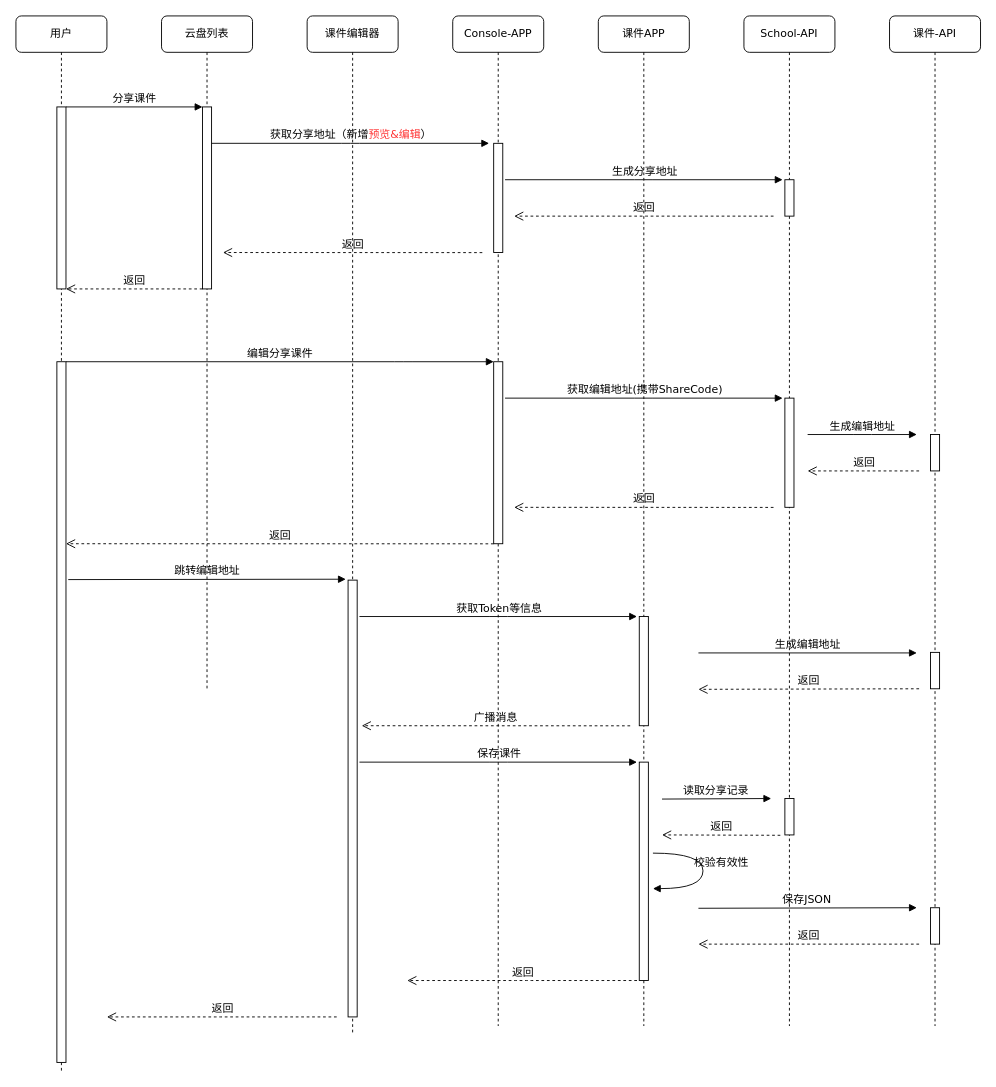
Earlier version of the draw.io diagram saas-share.drawio (huanjiesm/saas-draw). Source tidied: cells renumbered, new cells numbered last; positions are measured from the earlier drawing's top-left corner, leaving out a move shared by most shapes. Both pictures are drawn from the tidied source at 91%, with x=0, y=0 at pixel (15, 15).
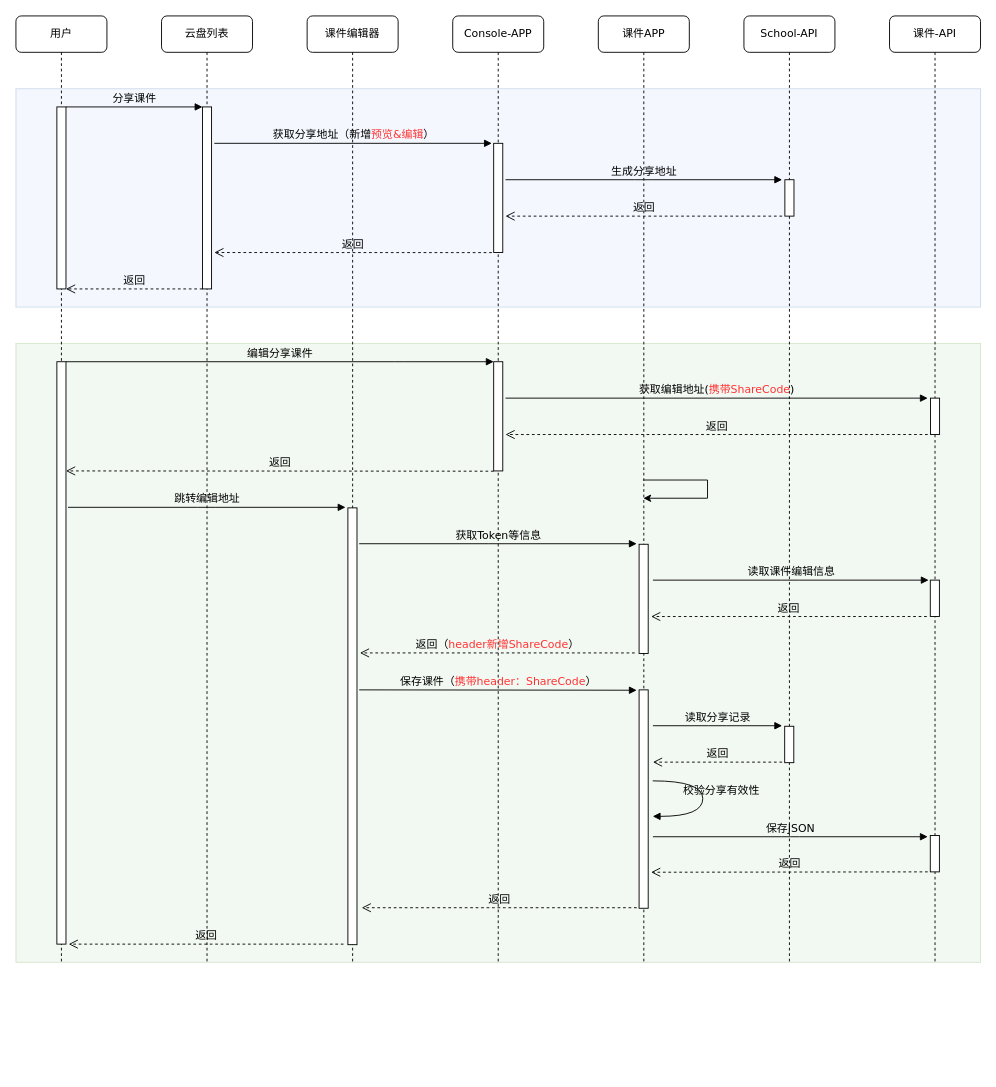
After the change.

The edit, as a diff of the source:
```diff
@@
+    <mxCell id="48" style="rounded=0;whiteSpace=wrap;html=1;fillColor=#dae8fc;strokeColor=#6c8ebf;opacity=30;" parent="1" vertex="1">
+      <mxGeometry y="80" width="1060" height="240" as="geometry" />
+    </mxCell>
+    <mxCell id="49" style="rounded=0;whiteSpace=wrap;html=1;fillColor=#d5e8d4;strokeColor=#82b366;opacity=30;" parent="1" vertex="1">
+      <mxGeometry y="360" width="1060" height="680" as="geometry" />
+    </mxCell>
     <mxCell id="2" value="Console-APP" style="shape=umlLifeline;perimeter=lifelinePerimeter;whiteSpace=wrap;html=1;rounded=1;shadow=0;comic=0;labelBackgroundColor=none;strokeWidth=1;fontFamily=Verdana;fontSize=12;align=center;" parent="1" vertex="1">
-      <mxGeometry x="480" width="100" height="1110" as="geometry" />
+      <mxGeometry x="480" width="100" height="1040" as="geometry" />
     </mxCell>
@@
     <mxCell id="4" style="html=1;perimeter=orthogonalPerimeter;rounded=0;shadow=0;comic=0;labelBackgroundColor=none;strokeWidth=1;fontFamily=Verdana;fontSize=12;align=center;" parent="2" vertex="1">
-      <mxGeometry x="45" y="380" width="10" height="200" as="geometry" />
+      <mxGeometry x="45" y="380" width="10" height="120" as="geometry" />
     </mxCell>
     <mxCell id="5" value="返回" style="html=1;verticalAlign=bottom;endArrow=open;dashed=1;endSize=8;labelBackgroundColor=none;fontFamily=Verdana;fontSize=12;edgeStyle=elbowEdgeStyle;elbow=vertical;" parent="2" edge="1">
       <mxGeometry relative="1" as="geometry">
-        <mxPoint x="202.5" y="1060" as="sourcePoint" />
-        <mxPoint x="-50" y="1060" as="targetPoint" />
+        <mxPoint x="202.2" y="980" as="sourcePoint" />
+        <mxPoint x="-100" y="980" as="targetPoint" />
       </mxGeometry>
     </mxCell>
     <mxCell id="6" value="云盘列表" style="shape=umlLifeline;perimeter=lifelinePerimeter;whiteSpace=wrap;html=1;rounded=1;shadow=0;comic=0;labelBackgroundColor=none;strokeWidth=1;fontFamily=Verdana;fontSize=12;align=center;" parent="1" vertex="1">
-      <mxGeometry x="160" width="100" height="740" as="geometry" />
+      <mxGeometry x="160" width="100" height="1040" as="geometry" />
     </mxCell>
@@
     <mxCell id="10" value="跳转编辑地址" style="html=1;verticalAlign=bottom;endArrow=block;labelBackgroundColor=none;fontFamily=Verdana;fontSize=12;edgeStyle=elbowEdgeStyle;elbow=vertical;rounded=1;strokeColor=default;align=center;fontColor=default;" parent="6" edge="1">
       <mxGeometry relative="1" as="geometry">
-        <mxPoint x="-102.5" y="619.4" as="sourcePoint" />
-        <mxPoint x="202.5" y="619.4" as="targetPoint" />
+        <mxPoint x="-102.8" y="540" as="sourcePoint" />
+        <mxPoint x="202.2" y="540" as="targetPoint" />
       </mxGeometry>
     </mxCell>
     <mxCell id="11" value="课件编辑器" style="shape=umlLifeline;perimeter=lifelinePerimeter;whiteSpace=wrap;html=1;rounded=1;shadow=0;comic=0;labelBackgroundColor=none;strokeWidth=1;fontFamily=Verdana;fontSize=12;align=center;" parent="1" vertex="1">
-      <mxGeometry x="320" width="100" height="1120" as="geometry" />
+      <mxGeometry x="320" width="100" height="1040" as="geometry" />
     </mxCell>
     <mxCell id="12" style="html=1;perimeter=orthogonalPerimeter;rounded=0;shadow=0;comic=0;labelBackgroundColor=none;strokeWidth=1;fontFamily=Verdana;fontSize=12;align=center;" parent="11" vertex="1">
-      <mxGeometry x="45" y="620" width="10" height="480" as="geometry" />
+      <mxGeometry x="44.8" y="540.6" width="10" height="480" as="geometry" />
     </mxCell>
+    <mxCell id="35" value="返回" style="html=1;verticalAlign=bottom;endArrow=open;dashed=1;endSize=8;labelBackgroundColor=none;fontFamily=Verdana;fontSize=12;edgeStyle=elbowEdgeStyle;elbow=vertical;" parent="11" edge="1">
+      <mxGeometry relative="1" as="geometry">
+        <mxPoint x="205" y="500.3" as="sourcePoint" />
+        <mxPoint x="-265" y="500.3" as="targetPoint" />
+      </mxGeometry>
+    </mxCell>
     <mxCell id="13" value="用户" style="shape=umlLifeline;perimeter=lifelinePerimeter;whiteSpace=wrap;html=1;rounded=1;shadow=0;comic=0;labelBackgroundColor=none;strokeWidth=1;fontFamily=Verdana;fontSize=12;align=center;" parent="1" vertex="1">
-      <mxGeometry width="100" height="1160" as="geometry" />
+      <mxGeometry width="100" height="1040" as="geometry" />
     </mxCell>
@@
     <mxCell id="15" style="html=1;perimeter=orthogonalPerimeter;rounded=0;shadow=0;comic=0;labelBackgroundColor=none;strokeWidth=1;fontFamily=Verdana;fontSize=12;align=center;" parent="13" vertex="1">
-      <mxGeometry x="45" y="380" width="10" height="770" as="geometry" />
+      <mxGeometry x="45" y="380" width="10" height="640" as="geometry" />
     </mxCell>
     <mxCell id="16" value="课件APP" style="shape=umlLifeline;perimeter=lifelinePerimeter;whiteSpace=wrap;html=1;outlineConnect=0;rounded=1;shadow=0;comic=0;labelBackgroundColor=none;strokeWidth=1;fontFamily=Verdana;fontSize=12;align=center;" parent="1" vertex="1">
-      <mxGeometry x="640" width="100" height="1110" as="geometry" />
+      <mxGeometry x="640" width="100" height="1040" as="geometry" />
     </mxCell>
     <mxCell id="17" style="html=1;perimeter=orthogonalPerimeter;rounded=0;shadow=0;comic=0;labelBackgroundColor=none;strokeWidth=1;fontFamily=Verdana;fontSize=12;align=center;" parent="16" vertex="1">
-      <mxGeometry x="45" y="660" width="10" height="120" as="geometry" />
+      <mxGeometry x="44.8" y="580.6" width="10" height="120" as="geometry" />
     </mxCell>
     <mxCell id="18" style="html=1;perimeter=orthogonalPerimeter;rounded=0;shadow=0;comic=0;labelBackgroundColor=none;strokeWidth=1;fontFamily=Verdana;fontSize=12;align=center;" parent="16" vertex="1">
-      <mxGeometry x="45" y="820" width="10" height="240" as="geometry" />
+      <mxGeometry x="44.8" y="740.6" width="10" height="240" as="geometry" />
     </mxCell>
@@
     <mxCell id="20" value="获取分享地址（新增&lt;font color=&quot;#ff3333&quot;&gt;预览&amp;amp;编辑&lt;/font&gt;）" style="html=1;verticalAlign=bottom;endArrow=block;labelBackgroundColor=none;fontFamily=Verdana;fontSize=12;edgeStyle=elbowEdgeStyle;elbow=vertical;" parent="1" edge="1">
       <mxGeometry relative="1" as="geometry">
-        <mxPoint x="215" y="140" as="sourcePoint" />
-        <mxPoint x="520" y="140" as="targetPoint" />
+        <mxPoint x="218" y="140" as="sourcePoint" />
+        <mxPoint x="523" y="140" as="targetPoint" />
       </mxGeometry>
     </mxCell>
     <mxCell id="21" value="返回" style="html=1;verticalAlign=bottom;endArrow=open;dashed=1;endSize=8;labelBackgroundColor=none;fontFamily=Verdana;fontSize=12;edgeStyle=elbowEdgeStyle;elbow=vertical;" parent="1" edge="1">
       <mxGeometry relative="1" as="geometry">
-        <mxPoint x="512.5" y="260.1" as="sourcePoint" />
-        <mxPoint x="227.5" y="260.1" as="targetPoint" />
+        <mxPoint x="523" y="260.1" as="sourcePoint" />
+        <mxPoint x="218" y="260.1" as="targetPoint" />
       </mxGeometry>
     </mxCell>
-    <mxCell id="22" value="广播消息" style="html=1;verticalAlign=bottom;endArrow=open;dashed=1;endSize=8;labelBackgroundColor=none;fontFamily=Verdana;fontSize=12;edgeStyle=elbowEdgeStyle;elbow=vertical;" parent="1" edge="1">
+    <mxCell id="22" value="返回（&lt;font color=&quot;#ff3333&quot;&gt;header新增ShareCode&lt;/font&gt;）" style="html=1;verticalAlign=bottom;endArrow=open;dashed=1;endSize=8;labelBackgroundColor=none;fontFamily=Verdana;fontSize=12;edgeStyle=elbowEdgeStyle;elbow=vertical;" parent="1" edge="1">
       <mxGeometry relative="1" as="geometry">
-        <mxPoint x="675" y="780.1" as="sourcePoint" />
-        <mxPoint x="380" y="780.1" as="targetPoint" />
+        <mxPoint x="680" y="700" as="sourcePoint" />
+        <mxPoint x="378" y="700" as="targetPoint" />
       </mxGeometry>
     </mxCell>
     <mxCell id="23" value="School-API" style="shape=umlLifeline;perimeter=lifelinePerimeter;whiteSpace=wrap;html=1;rounded=1;shadow=0;comic=0;labelBackgroundColor=none;strokeWidth=1;fontFamily=Verdana;fontSize=12;align=center;" parent="1" vertex="1">
-      <mxGeometry x="800" width="100" height="1110" as="geometry" />
+      <mxGeometry x="800" width="100" height="1040" as="geometry" />
     </mxCell>
@@
-    <mxCell id="25" style="html=1;perimeter=orthogonalPerimeter;rounded=0;shadow=0;comic=0;labelBackgroundColor=none;strokeWidth=1;fontFamily=Verdana;fontSize=12;align=center;" parent="23" vertex="1">
-      <mxGeometry x="45" y="420" width="10" height="120" as="geometry" />
-    </mxCell>
     <mxCell id="26" style="html=1;perimeter=orthogonalPerimeter;rounded=0;shadow=0;comic=0;labelBackgroundColor=none;strokeWidth=1;fontFamily=Verdana;fontSize=12;align=center;" parent="23" vertex="1">
-      <mxGeometry x="45" y="860" width="10" height="40" as="geometry" />
+      <mxGeometry x="44.8" y="780.6" width="10" height="40" as="geometry" />
     </mxCell>
     <mxCell id="27" value="课件-API" style="shape=umlLifeline;perimeter=lifelinePerimeter;whiteSpace=wrap;html=1;rounded=1;shadow=0;comic=0;labelBackgroundColor=none;strokeWidth=1;fontFamily=Verdana;fontSize=12;align=center;" parent="1" vertex="1">
-      <mxGeometry x="960" width="100" height="1110" as="geometry" />
+      <mxGeometry x="960" width="100" height="1040" as="geometry" />
     </mxCell>
     <mxCell id="28" style="html=1;perimeter=orthogonalPerimeter;rounded=0;shadow=0;comic=0;labelBackgroundColor=none;strokeWidth=1;fontFamily=Verdana;fontSize=12;align=center;" parent="27" vertex="1">
-      <mxGeometry x="45" y="460" width="10" height="40" as="geometry" />
+      <mxGeometry x="45" y="420" width="10" height="40" as="geometry" />
     </mxCell>
     <mxCell id="29" value="生成分享地址" style="html=1;verticalAlign=bottom;endArrow=block;labelBackgroundColor=none;fontFamily=Verdana;fontSize=12;edgeStyle=elbowEdgeStyle;elbow=vertical;" parent="1" edge="1">
       <mxGeometry relative="1" as="geometry">
-        <mxPoint x="537.5" y="180" as="sourcePoint" />
-        <mxPoint x="842.5" y="180" as="targetPoint" />
+        <mxPoint x="538" y="180" as="sourcePoint" />
+        <mxPoint x="842" y="180" as="targetPoint" />
       </mxGeometry>
     </mxCell>
     <mxCell id="30" value="返回" style="html=1;verticalAlign=bottom;endArrow=open;dashed=1;endSize=8;labelBackgroundColor=none;fontFamily=Verdana;fontSize=12;edgeStyle=elbowEdgeStyle;elbow=vertical;" parent="1" edge="1">
       <mxGeometry relative="1" as="geometry">
-        <mxPoint x="832.5" y="220" as="sourcePoint" />
-        <mxPoint x="547.5" y="220" as="targetPoint" />
+        <mxPoint x="842" y="220" as="sourcePoint" />
+        <mxPoint x="538" y="220" as="targetPoint" />
       </mxGeometry>
     </mxCell>
-    <mxCell id="31" value="获取编辑地址(携带ShareCode)" style="html=1;verticalAlign=bottom;endArrow=block;labelBackgroundColor=none;fontFamily=Verdana;fontSize=12;edgeStyle=elbowEdgeStyle;elbow=vertical;" parent="1" edge="1">
+    <mxCell id="31" value="获取编辑地址(&lt;font color=&quot;#ff3333&quot;&gt;携带ShareCode&lt;/font&gt;)" style="html=1;verticalAlign=bottom;endArrow=block;labelBackgroundColor=none;fontFamily=Verdana;fontSize=12;edgeStyle=elbowEdgeStyle;elbow=vertical;" parent="1" edge="1">
       <mxGeometry relative="1" as="geometry">
-        <mxPoint x="537.5" y="420" as="sourcePoint" />
-        <mxPoint x="842.5" y="420" as="targetPoint" />
+        <mxPoint x="538" y="420" as="sourcePoint" />
+        <mxPoint x="1002" y="420" as="targetPoint" />
       </mxGeometry>
     </mxCell>
     <mxCell id="32" value="返回" style="html=1;verticalAlign=bottom;endArrow=open;dashed=1;endSize=8;labelBackgroundColor=none;fontFamily=Verdana;fontSize=12;edgeStyle=elbowEdgeStyle;elbow=vertical;" parent="1" edge="1">
       <mxGeometry relative="1" as="geometry">
-        <mxPoint x="832.5" y="540.1" as="sourcePoint" />
-        <mxPoint x="547.5" y="540.1" as="targetPoint" />
+        <mxPoint x="1002" y="460" as="sourcePoint" />
+        <mxPoint x="538" y="460.3" as="targetPoint" />
       </mxGeometry>
     </mxCell>
-    <mxCell id="33" value="生成编辑地址" style="html=1;verticalAlign=bottom;endArrow=block;labelBackgroundColor=none;fontFamily=Verdana;fontSize=12;edgeStyle=elbowEdgeStyle;elbow=vertical;" parent="1" edge="1">
-      <mxGeometry relative="1" as="geometry">
-        <mxPoint x="870" y="460" as="sourcePoint" />
-        <mxPoint x="990" y="460" as="targetPoint" />
-      </mxGeometry>
-    </mxCell>
-    <mxCell id="34" value="返回" style="html=1;verticalAlign=bottom;endArrow=open;dashed=1;endSize=8;labelBackgroundColor=none;fontFamily=Verdana;fontSize=12;edgeStyle=elbowEdgeStyle;elbow=vertical;" parent="1" edge="1">
-      <mxGeometry relative="1" as="geometry">
-        <mxPoint x="992.5" y="500" as="sourcePoint" />
-        <mxPoint x="870" y="500" as="targetPoint" />
-      </mxGeometry>
-    </mxCell>
-    <mxCell id="35" value="返回" style="html=1;verticalAlign=bottom;endArrow=open;dashed=1;endSize=8;labelBackgroundColor=none;fontFamily=Verdana;fontSize=12;edgeStyle=elbowEdgeStyle;elbow=vertical;" parent="1" edge="1">
-      <mxGeometry relative="1" as="geometry">
-        <mxPoint x="525" y="580.1" as="sourcePoint" />
-        <mxPoint x="55" y="580.1" as="targetPoint" />
-      </mxGeometry>
-    </mxCell>
     <mxCell id="36" value="获取Token等信息" style="html=1;verticalAlign=bottom;endArrow=block;labelBackgroundColor=none;fontFamily=Verdana;fontSize=12;edgeStyle=elbowEdgeStyle;elbow=vertical;rounded=1;strokeColor=default;align=center;fontColor=default;" parent="1" edge="1">
       <mxGeometry relative="1" as="geometry">
-        <mxPoint x="377.5" y="660" as="sourcePoint" />
-        <mxPoint x="682.5" y="660" as="targetPoint" />
+        <mxPoint x="377.2" y="580" as="sourcePoint" />
+        <mxPoint x="682.2" y="580" as="targetPoint" />
       </mxGeometry>
     </mxCell>
     <mxCell id="37" style="html=1;perimeter=orthogonalPerimeter;rounded=0;shadow=0;comic=0;labelBackgroundColor=none;strokeWidth=1;fontFamily=Verdana;fontSize=12;align=center;" parent="1" vertex="1">
-      <mxGeometry x="1005" y="699.4" width="10" height="40" as="geometry" />
+      <mxGeometry x="1004.8" y="620" width="10" height="40" as="geometry" />
     </mxCell>
-    <mxCell id="38" value="生成编辑地址" style="html=1;verticalAlign=bottom;endArrow=block;labelBackgroundColor=none;fontFamily=Verdana;fontSize=12;edgeStyle=elbowEdgeStyle;elbow=vertical;" parent="1" edge="1">
+    <mxCell id="38" value="读取课件编辑信息" style="html=1;verticalAlign=bottom;endArrow=block;labelBackgroundColor=none;fontFamily=Verdana;fontSize=12;edgeStyle=elbowEdgeStyle;elbow=vertical;" parent="1" edge="1">
       <mxGeometry relative="1" as="geometry">
-        <mxPoint x="750" y="700" as="sourcePoint" />
-        <mxPoint x="990" y="699.4" as="targetPoint" />
+        <mxPoint x="700" y="620" as="sourcePoint" />
+        <mxPoint x="1003" y="620" as="targetPoint" />
       </mxGeometry>
     </mxCell>
     <mxCell id="39" value="返回" style="html=1;verticalAlign=bottom;endArrow=open;dashed=1;endSize=8;labelBackgroundColor=none;fontFamily=Verdana;fontSize=12;edgeStyle=elbowEdgeStyle;elbow=vertical;" parent="1" edge="1">
       <mxGeometry relative="1" as="geometry">
-        <mxPoint x="992.5" y="739.4" as="sourcePoint" />
-        <mxPoint x="750" y="740" as="targetPoint" />
+        <mxPoint x="1001" y="660" as="sourcePoint" />
+        <mxPoint x="698" y="660.6" as="targetPoint" />
       </mxGeometry>
     </mxCell>
-    <mxCell id="40" value="保存课件" style="html=1;verticalAlign=bottom;endArrow=block;labelBackgroundColor=none;fontFamily=Verdana;fontSize=12;edgeStyle=elbowEdgeStyle;elbow=vertical;rounded=1;strokeColor=default;align=center;fontColor=default;" parent="1" edge="1">
+    <mxCell id="40" value="保存课件（&lt;font color=&quot;#ff3333&quot;&gt;携带header：ShareCode&lt;/font&gt;）" style="html=1;verticalAlign=bottom;endArrow=block;labelBackgroundColor=none;fontFamily=Verdana;fontSize=12;edgeStyle=elbowEdgeStyle;elbow=vertical;rounded=1;strokeColor=default;align=center;fontColor=default;" parent="1" edge="1">
       <mxGeometry relative="1" as="geometry">
-        <mxPoint x="377.5" y="820" as="sourcePoint" />
-        <mxPoint x="682.5" y="820" as="targetPoint" />
+        <mxPoint x="377.2" y="740.6" as="sourcePoint" />
+        <mxPoint x="682.2" y="740.6" as="targetPoint" />
       </mxGeometry>
     </mxCell>
     <mxCell id="41" value="读取分享记录" style="html=1;verticalAlign=bottom;endArrow=block;labelBackgroundColor=none;fontFamily=Verdana;fontSize=12;edgeStyle=elbowEdgeStyle;elbow=vertical;" parent="1" edge="1">
       <mxGeometry relative="1" as="geometry">
-        <mxPoint x="710" y="860.6" as="sourcePoint" />
-        <mxPoint x="830" y="860" as="targetPoint" />
+        <mxPoint x="700" y="780" as="sourcePoint" />
+        <mxPoint x="842" y="780" as="targetPoint" />
       </mxGeometry>
     </mxCell>
     <mxCell id="42" value="返回" style="html=1;verticalAlign=bottom;endArrow=open;dashed=1;endSize=8;labelBackgroundColor=none;fontFamily=Verdana;fontSize=12;edgeStyle=elbowEdgeStyle;elbow=vertical;" parent="1" edge="1">
       <mxGeometry relative="1" as="geometry">
-        <mxPoint x="840" y="900.4" as="sourcePoint" />
-        <mxPoint x="710" y="900" as="targetPoint" />
+        <mxPoint x="842" y="820" as="sourcePoint" />
+        <mxPoint x="700" y="820" as="targetPoint" />
       </mxGeometry>
     </mxCell>
-    <mxCell id="43" value="校验有效性" style="html=1;verticalAlign=bottom;endArrow=block;labelBackgroundColor=none;fontFamily=Verdana;fontSize=12;elbow=vertical;edgeStyle=orthogonalEdgeStyle;curved=1;exitX=1.038;exitY=0.345;exitPerimeter=0;entryX=1.027;entryY=0.831;entryDx=0;entryDy=0;entryPerimeter=0;" parent="1" edge="1">
+    <mxCell id="43" value="校验分享有效性" style="html=1;verticalAlign=bottom;endArrow=block;labelBackgroundColor=none;fontFamily=Verdana;fontSize=12;elbow=vertical;edgeStyle=orthogonalEdgeStyle;curved=1;exitX=1.038;exitY=0.345;exitPerimeter=0;entryX=1.027;entryY=0.831;entryDx=0;entryDy=0;entryPerimeter=0;" parent="1" edge="1">
       <mxGeometry x="0.01" y="20" relative="1" as="geometry">
-        <mxPoint x="700" y="920" as="sourcePoint" />
-        <mxPoint x="700" y="959" as="targetPoint" />
+        <mxPoint x="699.8" y="840.6" as="sourcePoint" />
+        <mxPoint x="699.8" y="879.6" as="targetPoint" />
         <Array as="points">
-          <mxPoint x="755" y="920" />
-          <mxPoint x="755" y="959" />
+          <mxPoint x="754.8" y="840.6" />
+          <mxPoint x="754.8" y="879.6" />
         </Array>
       </mxGeometry>
     </mxCell>
     <mxCell id="44" style="html=1;perimeter=orthogonalPerimeter;rounded=0;shadow=0;comic=0;labelBackgroundColor=none;strokeWidth=1;fontFamily=Verdana;fontSize=12;align=center;" parent="1" vertex="1">
-      <mxGeometry x="1005" y="980" width="10" height="40" as="geometry" />
+      <mxGeometry x="1004.8" y="900.6" width="10" height="40" as="geometry" />
     </mxCell>
     <mxCell id="45" value="保存JSON" style="html=1;verticalAlign=bottom;endArrow=block;labelBackgroundColor=none;fontFamily=Verdana;fontSize=12;edgeStyle=elbowEdgeStyle;elbow=vertical;" parent="1" edge="1">
       <mxGeometry relative="1" as="geometry">
-        <mxPoint x="750" y="980.6" as="sourcePoint" />
-        <mxPoint x="990" y="980" as="targetPoint" />
+        <mxPoint x="700" y="902" as="sourcePoint" />
+        <mxPoint x="1002" y="902" as="targetPoint" />
       </mxGeometry>
     </mxCell>
     <mxCell id="46" value="返回" style="html=1;verticalAlign=bottom;endArrow=open;dashed=1;endSize=8;labelBackgroundColor=none;fontFamily=Verdana;fontSize=12;edgeStyle=elbowEdgeStyle;elbow=vertical;" parent="1" edge="1">
       <mxGeometry relative="1" as="geometry">
-        <mxPoint x="992.5" y="1020" as="sourcePoint" />
-        <mxPoint x="750" y="1020.6" as="targetPoint" />
+        <mxPoint x="1002" y="940.6" as="sourcePoint" />
+        <mxPoint x="698" y="941.1" as="targetPoint" />
       </mxGeometry>
     </mxCell>
     <mxCell id="47" value="返回" style="html=1;verticalAlign=bottom;endArrow=open;dashed=1;endSize=8;labelBackgroundColor=none;fontFamily=Verdana;fontSize=12;edgeStyle=elbowEdgeStyle;elbow=vertical;" parent="1" edge="1">
       <mxGeometry relative="1" as="geometry">
-        <mxPoint x="352.5" y="1100" as="sourcePoint" />
-        <mxPoint x="100" y="1100" as="targetPoint" />
+        <mxPoint x="360" y="1020" as="sourcePoint" />
+        <mxPoint x="58" y="1020" as="targetPoint" />
       </mxGeometry>
     </mxCell>
+    <mxCell id="50" style="edgeStyle=orthogonalEdgeStyle;rounded=0;orthogonalLoop=1;jettySize=auto;html=1;" parent="1" edge="1" source="16" target="16">
+      <mxGeometry relative="1" as="geometry" />
+    </mxCell>
```
